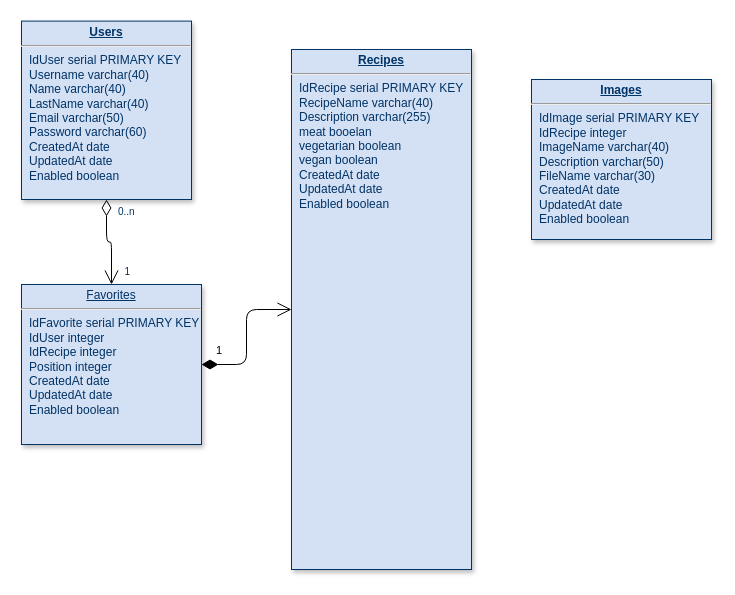
Above: Database.drawio in paraguin271828/react-cookbook (draw.io), before the change. Source tidied: cells renumbered, new cells numbered last; positions are measured from the earlier drawing's top-left corner, leaving out a move shared by most shapes. Both pictures are drawn from the tidied source at 100%, with x=0, y=0 at pixel (21, 21).
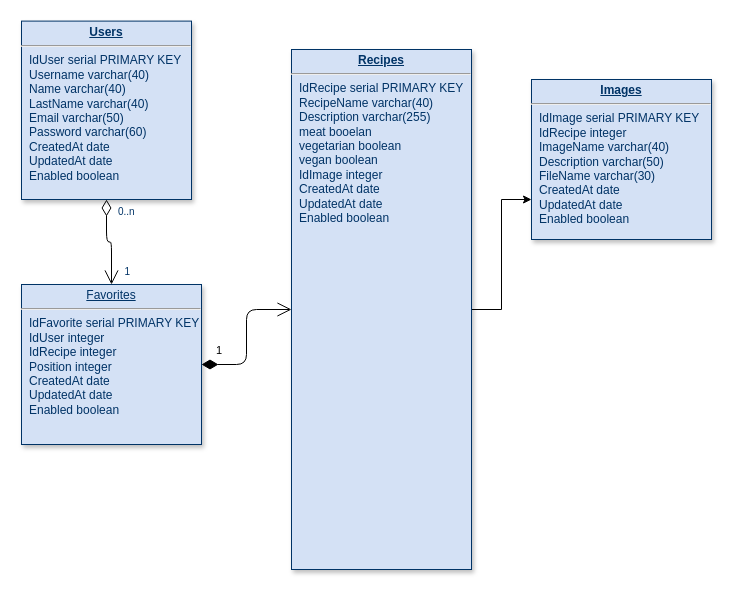
After the change.

What changed in the source:
```diff
@@
 <mxGraphModel background="#ffffff">
   <root>
     <mxCell id="0" />
     <mxCell id="1" parent="0" />
+    <mxCell id="10" style="edgeStyle=orthogonalEdgeStyle;rounded=0;jettySize=auto;html=1;entryX=0;entryY=0.75;entryDx=0;entryDy=0;" parent="1" edge="1" source="2" target="9">
+      <mxGeometry relative="1" as="geometry" />
+    </mxCell>
-    <mxCell id="2" value="&lt;p style=&quot;margin: 0px ; margin-top: 4px ; text-align: center ; text-decoration: underline&quot;&gt;&lt;strong&gt;Recipes&lt;/strong&gt;&lt;/p&gt;&lt;hr&gt;&lt;p style=&quot;margin: 0px ; margin-left: 8px&quot;&gt;IdRecipe serial PRIMARY KEY&lt;br&gt;&lt;/p&gt;&lt;p style=&quot;margin: 0px ; margin-left: 8px&quot;&gt;RecipeName varchar(40)&lt;br&gt;&lt;/p&gt;&lt;p style=&quot;margin: 0px ; margin-left: 8px&quot;&gt;Description varchar(255)&lt;/p&gt;&lt;p style=&quot;margin: 0px ; margin-left: 8px&quot;&gt;meat booelan&lt;/p&gt;&lt;p style=&quot;margin: 0px ; margin-left: 8px&quot;&gt;vegetarian boolean&lt;/p&gt;&lt;p style=&quot;margin: 0px ; margin-left: 8px&quot;&gt;vegan boolean&lt;br&gt;&lt;/p&gt;&lt;p style=&quot;margin: 0px ; margin-left: 8px&quot;&gt;CreatedAt date&lt;br&gt;&lt;/p&gt;&lt;p style=&quot;margin: 0px ; margin-left: 8px&quot;&gt;UpdatedAt date&lt;br&gt;&lt;/p&gt;&lt;p style=&quot;margin: 0px ; margin-left: 8px&quot;&gt;Enabled boolean&lt;br&gt;&lt;/p&gt;" style="verticalAlign=top;align=left;overflow=fill;fontSize=12;fontFamily=Helvetica;html=1;strokeColor=#003366;shadow=1;fillColor=#D4E1F5;fontColor=#003366;" parent="1" vertex="1">
+    <mxCell id="2" value="&lt;p style=&quot;margin: 0px ; margin-top: 4px ; text-align: center ; text-decoration: underline&quot;&gt;&lt;strong&gt;Recipes&lt;/strong&gt;&lt;/p&gt;&lt;hr&gt;&lt;p style=&quot;margin: 0px ; margin-left: 8px&quot;&gt;IdRecipe serial PRIMARY KEY&lt;br&gt;&lt;/p&gt;&lt;p style=&quot;margin: 0px ; margin-left: 8px&quot;&gt;RecipeName varchar(40)&lt;br&gt;&lt;/p&gt;&lt;p style=&quot;margin: 0px ; margin-left: 8px&quot;&gt;Description varchar(255)&lt;/p&gt;&lt;p style=&quot;margin: 0px ; margin-left: 8px&quot;&gt;meat booelan&lt;/p&gt;&lt;p style=&quot;margin: 0px ; margin-left: 8px&quot;&gt;vegetarian boolean&lt;/p&gt;&lt;p style=&quot;margin: 0px ; margin-left: 8px&quot;&gt;vegan boolean&lt;/p&gt;&lt;p style=&quot;margin: 0px ; margin-left: 8px&quot;&gt;IdImage integer&lt;br&gt;&lt;/p&gt;&lt;p style=&quot;margin: 0px ; margin-left: 8px&quot;&gt;CreatedAt date&lt;br&gt;&lt;/p&gt;&lt;p style=&quot;margin: 0px ; margin-left: 8px&quot;&gt;UpdatedAt date&lt;br&gt;&lt;/p&gt;&lt;p style=&quot;margin: 0px ; margin-left: 8px&quot;&gt;Enabled boolean&lt;br&gt;&lt;/p&gt;" style="verticalAlign=top;align=left;overflow=fill;fontSize=12;fontFamily=Helvetica;html=1;strokeColor=#003366;shadow=1;fillColor=#D4E1F5;fontColor=#003366;" parent="1" vertex="1">
       <mxGeometry x="270" y="28" width="180" height="520" as="geometry" />
     </mxCell>
     <mxCell id="3" value="&lt;p style=&quot;margin: 0px ; margin-top: 4px ; text-align: center ; text-decoration: underline&quot;&gt;Favorites&lt;/p&gt;&lt;hr&gt;&lt;p style=&quot;margin: 0px ; margin-left: 8px&quot;&gt;IdFavorite serial PRIMARY KEY&lt;/p&gt;&lt;p style=&quot;margin: 0px ; margin-left: 8px&quot;&gt;IdUser integer&lt;br&gt;&lt;/p&gt;&lt;p style=&quot;margin: 0px ; margin-left: 8px&quot;&gt;IdRecipe integer&lt;/p&gt;&lt;p style=&quot;margin: 0px ; margin-left: 8px&quot;&gt;Position integer&lt;br&gt;&lt;/p&gt;&lt;p style=&quot;margin: 0px ; margin-left: 8px&quot;&gt;CreatedAt date&lt;br&gt;&lt;/p&gt;&lt;p style=&quot;margin: 0px ; margin-left: 8px&quot;&gt;UpdatedAt date&lt;br&gt;&lt;/p&gt;&lt;p style=&quot;margin: 0px ; margin-left: 8px&quot;&gt;Enabled boolean&lt;br&gt;&lt;/p&gt;" style="verticalAlign=top;align=left;overflow=fill;fontSize=12;fontFamily=Helvetica;html=1;strokeColor=#003366;shadow=1;fillColor=#D4E1F5;fontColor=#003366;" parent="1" vertex="1">
       <mxGeometry y="263" width="180" height="160" as="geometry" />
     </mxCell>
     <mxCell id="4" value="&lt;p style=&quot;margin: 0px ; margin-top: 4px ; text-align: center ; text-decoration: underline&quot;&gt;&lt;strong&gt;Users&lt;/strong&gt;&lt;/p&gt;&lt;hr&gt;&lt;p style=&quot;margin: 0px ; margin-left: 8px&quot;&gt;IdUser serial PRIMARY KEY&lt;br&gt;&lt;/p&gt;&lt;p style=&quot;margin: 0px ; margin-left: 8px&quot;&gt;Username varchar(40)&lt;br&gt;&lt;/p&gt;&lt;p style=&quot;margin: 0px ; margin-left: 8px&quot;&gt;Name varchar(40)&lt;br&gt;&lt;/p&gt;&lt;p style=&quot;margin: 0px ; margin-left: 8px&quot;&gt;LastName varchar(40)&lt;br&gt;&lt;/p&gt;&lt;p style=&quot;margin: 0px ; margin-left: 8px&quot;&gt;Email varchar(50)&lt;br&gt;&lt;/p&gt;&lt;p style=&quot;margin: 0px ; margin-left: 8px&quot;&gt;Password varchar(60)&lt;br&gt;&lt;/p&gt;&lt;p style=&quot;margin: 0px ; margin-left: 8px&quot;&gt;CreatedAt date&lt;br&gt;&lt;/p&gt;&lt;p style=&quot;margin: 0px ; margin-left: 8px&quot;&gt;UpdatedAt date&lt;br&gt;&lt;/p&gt;&lt;p style=&quot;margin: 0px ; margin-left: 8px&quot;&gt;Enabled boolean&lt;br&gt;&lt;/p&gt;" style="verticalAlign=top;align=left;overflow=fill;fontSize=12;fontFamily=Helvetica;html=1;strokeColor=#003366;shadow=1;fillColor=#D4E1F5;fontColor=#003366;" parent="1" vertex="1">
       <mxGeometry y="-0.4" width="170" height="178.4" as="geometry" />
     </mxCell>
     <mxCell id="5" style="endArrow=open;endSize=12;startArrow=diamondThin;startSize=14;startFill=0;edgeStyle=orthogonalEdgeStyle;" parent="1" edge="1" source="4" target="3">
       <mxGeometry x="620" y="340" as="geometry" />
     </mxCell>
     <mxCell id="6" value="0..n" style="align=left;verticalAlign=top;labelBackgroundColor=#ffffff;fontSize=10;strokeColor=#003366;shadow=1;fillColor=#D4E1F5;fontColor=#003366;" parent="5" vertex="1">
       <mxGeometry x="-1" relative="1" as="geometry">
         <mxPoint x="10" as="offset" />
       </mxGeometry>
     </mxCell>
     <mxCell id="7" value="1" style="align=right;verticalAlign=top;labelBackgroundColor=#ffffff;fontSize=10;strokeColor=#003366;shadow=1;fillColor=#D4E1F5;fontColor=#003366;" parent="5" vertex="1">
       <mxGeometry x="1" relative="1" as="geometry">
         <mxPoint x="20" y="-25" as="offset" />
       </mxGeometry>
     </mxCell>
     <mxCell id="8" value="1" style="endArrow=open;endSize=12;startArrow=diamondThin;startSize=14;startFill=1;edgeStyle=orthogonalEdgeStyle;align=left;verticalAlign=bottom;" parent="1" edge="1" source="3" target="2">
       <mxGeometry x="-0.82" y="5" relative="1" as="geometry" />
     </mxCell>
     <mxCell id="9" value="&lt;p style=&quot;margin: 0px ; margin-top: 4px ; text-align: center ; text-decoration: underline&quot;&gt;&lt;strong&gt;Images&lt;/strong&gt;&lt;/p&gt;&lt;hr&gt;&lt;p style=&quot;margin: 0px ; margin-left: 8px&quot;&gt;IdImage serial PRIMARY KEY&lt;/p&gt;&lt;p style=&quot;margin: 0px ; margin-left: 8px&quot;&gt;IdRecipe integer&lt;br&gt;&lt;/p&gt;&lt;p style=&quot;margin: 0px ; margin-left: 8px&quot;&gt;ImageName varchar(40)&lt;br&gt;&lt;/p&gt;&lt;p style=&quot;margin: 0px ; margin-left: 8px&quot;&gt;Description varchar(50)&lt;/p&gt;&lt;p style=&quot;margin: 0px ; margin-left: 8px&quot;&gt;FileName varchar(30)&lt;/p&gt;&lt;p style=&quot;margin: 0px ; margin-left: 8px&quot;&gt;CreatedAt date&lt;br&gt;&lt;/p&gt;&lt;p style=&quot;margin: 0px ; margin-left: 8px&quot;&gt;UpdatedAt date&lt;br&gt;&lt;/p&gt;&lt;p style=&quot;margin: 0px ; margin-left: 8px&quot;&gt;Enabled boolean&lt;br&gt;&lt;/p&gt;" style="verticalAlign=top;align=left;overflow=fill;fontSize=12;fontFamily=Helvetica;html=1;strokeColor=#003366;shadow=1;fillColor=#D4E1F5;fontColor=#003366;" parent="1" vertex="1">
       <mxGeometry x="510" y="58" width="180" height="160" as="geometry" />
     </mxCell>
   </root>
 </mxGraphModel>
```
